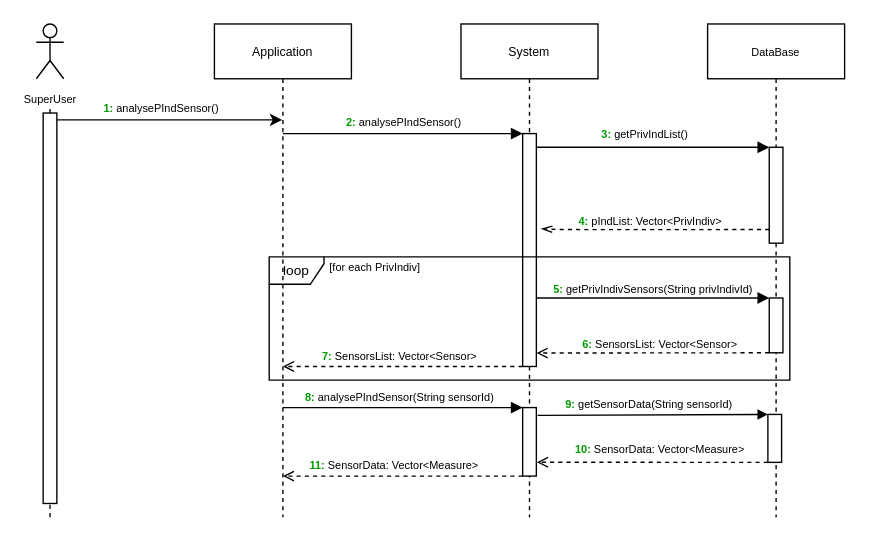
NourJadiri/AirWatcher keeps this draw.io diagram as UML stuff/seqDiagSetReliable.drawio. Above is the earlier version. Source tidied: cells renumbered, new cells numbered last; positions are measured from the earlier drawing's top-left corner, leaving out a move shared by most shapes. Both pictures are drawn from the tidied source at 137%, with x=0, y=0 at pixel (36, 23).
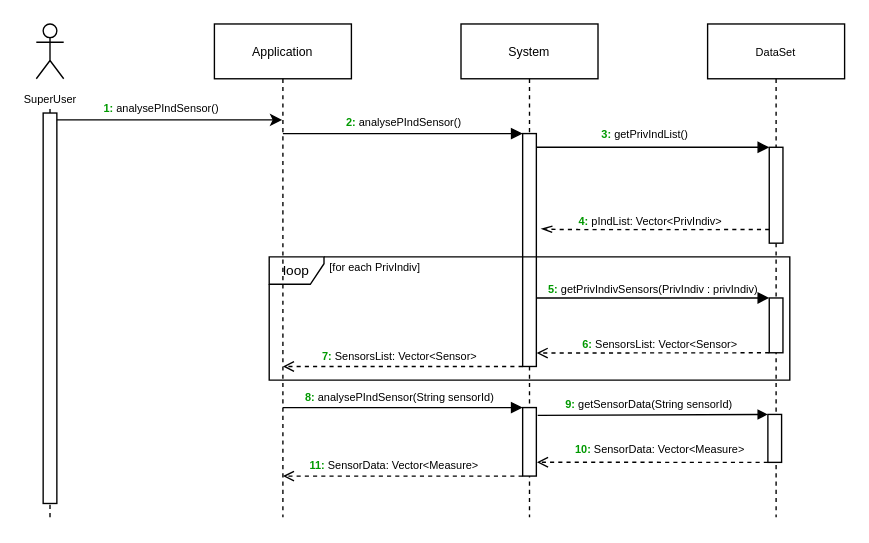
Above is the later version.

Commit message:
Mettre à jour seqDiagSetReliable.drawio

Unchanged cells that the change refers to:
```xml
<mxCell id="25" value="&lt;font style=&quot;font-size: 10px;&quot;&gt;loop&lt;/font&gt;" style="shape=umlFrame;whiteSpace=wrap;html=1;width=40;height=20;" parent="1" vertex="1">
  <mxGeometry x="170" y="170" width="380" height="90" as="geometry" />
</mxCell>
```

Change to the diagram source:
```diff
@@
-    <mxCell id="4" value="&lt;font style=&quot;font-size: 8px;&quot;&gt;DataBase&lt;br&gt;&lt;/font&gt;" style="shape=umlLifeline;perimeter=lifelinePerimeter;whiteSpace=wrap;html=1;newEdgeStyle={&quot;edgeStyle&quot;:&quot;elbowEdgeStyle&quot;,&quot;elbow&quot;:&quot;vertical&quot;,&quot;curved&quot;:0,&quot;rounded&quot;:0};" parent="1" vertex="1">
+    <mxCell id="4" value="&lt;font style=&quot;font-size: 8px;&quot;&gt;DataSet&lt;br&gt;&lt;/font&gt;" style="shape=umlLifeline;perimeter=lifelinePerimeter;whiteSpace=wrap;html=1;newEdgeStyle={&quot;edgeStyle&quot;:&quot;elbowEdgeStyle&quot;,&quot;elbow&quot;:&quot;vertical&quot;,&quot;curved&quot;:0,&quot;rounded&quot;:0};" parent="1" vertex="1">
       <mxGeometry x="490" width="100" height="360" as="geometry" />
     </mxCell>
@@
-    <mxCell id="27" value="&lt;font style=&quot;font-size: 8px;&quot;&gt;&lt;b style=&quot;border-color: var(--border-color);&quot;&gt;&lt;font style=&quot;border-color: var(--border-color);&quot; color=&quot;#009900&quot;&gt;5:&lt;/font&gt;&amp;nbsp;&lt;/b&gt;getPrivIndivSensors(String privIndivId)&lt;/font&gt;" style="text;html=1;align=center;verticalAlign=middle;strokeColor=none;fillColor=none;" parent="25" vertex="1">
-      <mxGeometry x="195" y="8" width="170" height="30" as="geometry" />
+    <mxCell id="27" value="&lt;font style=&quot;font-size: 8px;&quot;&gt;&lt;b style=&quot;border-color: var(--border-color);&quot;&gt;&lt;font style=&quot;border-color: var(--border-color);&quot; color=&quot;#009900&quot;&gt;5:&lt;/font&gt;&amp;nbsp;&lt;/b&gt;getPrivIndivSensors(PrivIndiv : privIndiv)&lt;/font&gt;" style="text;html=1;align=center;verticalAlign=middle;strokeColor=none;fillColor=none;" parent="25" vertex="1">
+      <mxGeometry x="190" y="8" width="180" height="30" as="geometry" />
     </mxCell>
```
